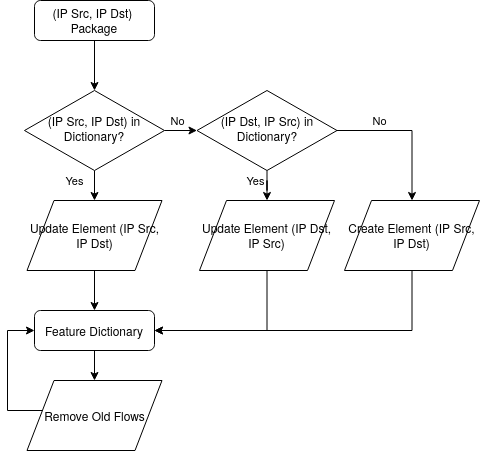
caiolmart/feature_extraction_ddos keeps this draw.io diagram as figures/Feature Tool.png. Above is the earlier version. Source tidied: cells renumbered, new cells last; positions are measured from the earlier drawing's top-left corner, leaving out a move shared by most shapes.
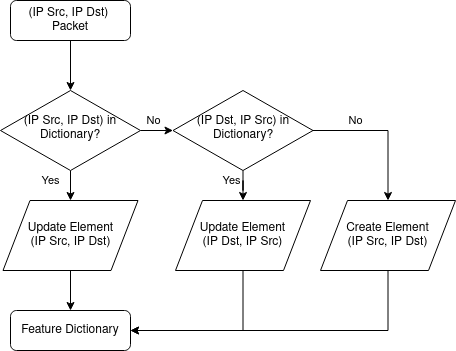
The same diagram one commit later.

Diff of the diagram source:
```diff
@@ -5,7 +5,7 @@
     <mxCell id="2" style="edgeStyle=orthogonalEdgeStyle;rounded=0;jettySize=auto;html=1;" parent="1" edge="1" source="3" target="6">
       <mxGeometry relative="1" as="geometry" />
     </mxCell>
-    <mxCell id="3" value="(IP Src, IP Dst)&amp;nbsp; Package" style="rounded=1;whiteSpace=wrap;html=1;fontSize=12;glass=0;strokeWidth=1;shadow=0;" parent="1" vertex="1">
+    <mxCell id="3" value="(IP Src, IP Dst)&amp;nbsp; Packet" style="rounded=1;whiteSpace=wrap;html=1;fontSize=12;glass=0;strokeWidth=1;shadow=0;" parent="1" vertex="1">
       <mxGeometry x="27" width="120" height="40" as="geometry" />
     </mxCell>
     <mxCell id="4" value="Yes" style="edgeStyle=orthogonalEdgeStyle;rounded=0;jettySize=auto;html=1;exitX=0.5;exitY=1;exitDx=0;exitDy=0;" parent="1" edge="1" source="6" target="11">
@@ -33,13 +33,13 @@
     <mxCell id="10" style="edgeStyle=orthogonalEdgeStyle;rounded=0;jettySize=auto;html=1;entryX=0.5;entryY=0;entryDx=0;entryDy=0;" parent="1" edge="1" source="11" target="17">
       <mxGeometry relative="1" as="geometry" />
     </mxCell>
-    <mxCell id="11" value="Update Element (IP Src, IP Dst)" style="shape=parallelogram;perimeter=parallelogramPerimeter;whiteSpace=wrap;html=1;" parent="1" vertex="1">
+    <mxCell id="11" value="&lt;div&gt;Update Element &lt;br&gt;&lt;/div&gt;&lt;div&gt;(IP Src, IP Dst)&lt;/div&gt;" style="shape=parallelogram;perimeter=parallelogramPerimeter;whiteSpace=wrap;html=1;" parent="1" vertex="1">
       <mxGeometry x="19.5" y="200" width="135" height="70" as="geometry" />
     </mxCell>
     <mxCell id="12" style="edgeStyle=orthogonalEdgeStyle;rounded=0;jettySize=auto;html=1;entryX=1;entryY=0.5;entryDx=0;entryDy=0;exitX=0.5;exitY=1;exitDx=0;exitDy=0;" parent="1" edge="1" source="13" target="17">
       <mxGeometry relative="1" as="geometry" />
     </mxCell>
-    <mxCell id="13" value="Update Element (IP Dst, IP Src)" style="shape=parallelogram;perimeter=parallelogramPerimeter;whiteSpace=wrap;html=1;" parent="1" vertex="1">
+    <mxCell id="13" value="&lt;div&gt;Update Element &lt;br&gt;&lt;/div&gt;&lt;div&gt;(IP Dst, IP Src)&lt;/div&gt;" style="shape=parallelogram;perimeter=parallelogramPerimeter;whiteSpace=wrap;html=1;" parent="1" vertex="1">
       <mxGeometry x="192" y="200" width="135" height="70" as="geometry" />
     </mxCell>
     <mxCell id="14" style="edgeStyle=orthogonalEdgeStyle;rounded=0;jettySize=auto;html=1;entryX=1;entryY=0.5;entryDx=0;entryDy=0;exitX=0.5;exitY=1;exitDx=0;exitDy=0;" parent="1" edge="1" source="15" target="17">
@@ -49,25 +49,11 @@
         </Array>
       </mxGeometry>
     </mxCell>
-    <mxCell id="15" value="Create Element (IP Src, IP Dst)" style="shape=parallelogram;perimeter=parallelogramPerimeter;whiteSpace=wrap;html=1;" parent="1" vertex="1">
+    <mxCell id="15" value="&lt;div&gt;Create Element &lt;br&gt;&lt;/div&gt;&lt;div&gt;(IP Src, IP Dst)&lt;/div&gt;" style="shape=parallelogram;perimeter=parallelogramPerimeter;whiteSpace=wrap;html=1;" parent="1" vertex="1">
       <mxGeometry x="337" y="200" width="135" height="70" as="geometry" />
     </mxCell>
-    <mxCell id="16" style="edgeStyle=orthogonalEdgeStyle;rounded=0;jettySize=auto;html=1;" parent="1" edge="1" source="17" target="19">
-      <mxGeometry relative="1" as="geometry" />
-    </mxCell>
     <mxCell id="17" value="Feature Dictionary" style="rounded=1;whiteSpace=wrap;html=1;fontSize=12;glass=0;strokeWidth=1;shadow=0;" parent="1" vertex="1">
       <mxGeometry x="27" y="310" width="120" height="40" as="geometry" />
     </mxCell>
-    <mxCell id="18" style="edgeStyle=orthogonalEdgeStyle;rounded=0;jettySize=auto;html=1;entryX=0;entryY=0.5;entryDx=0;entryDy=0;" parent="1" edge="1" source="19" target="17">
-      <mxGeometry relative="1" as="geometry">
-        <Array as="points">
-          <mxPoint y="410" />
-          <mxPoint y="330" />
-        </Array>
-      </mxGeometry>
-    </mxCell>
-    <mxCell id="19" value="Remove Old Flows" style="shape=parallelogram;perimeter=parallelogramPerimeter;whiteSpace=wrap;html=1;" parent="1" vertex="1">
-      <mxGeometry x="19.5" y="380" width="135" height="70" as="geometry" />
-    </mxCell>
   </root>
 </mxGraphModel>
```
